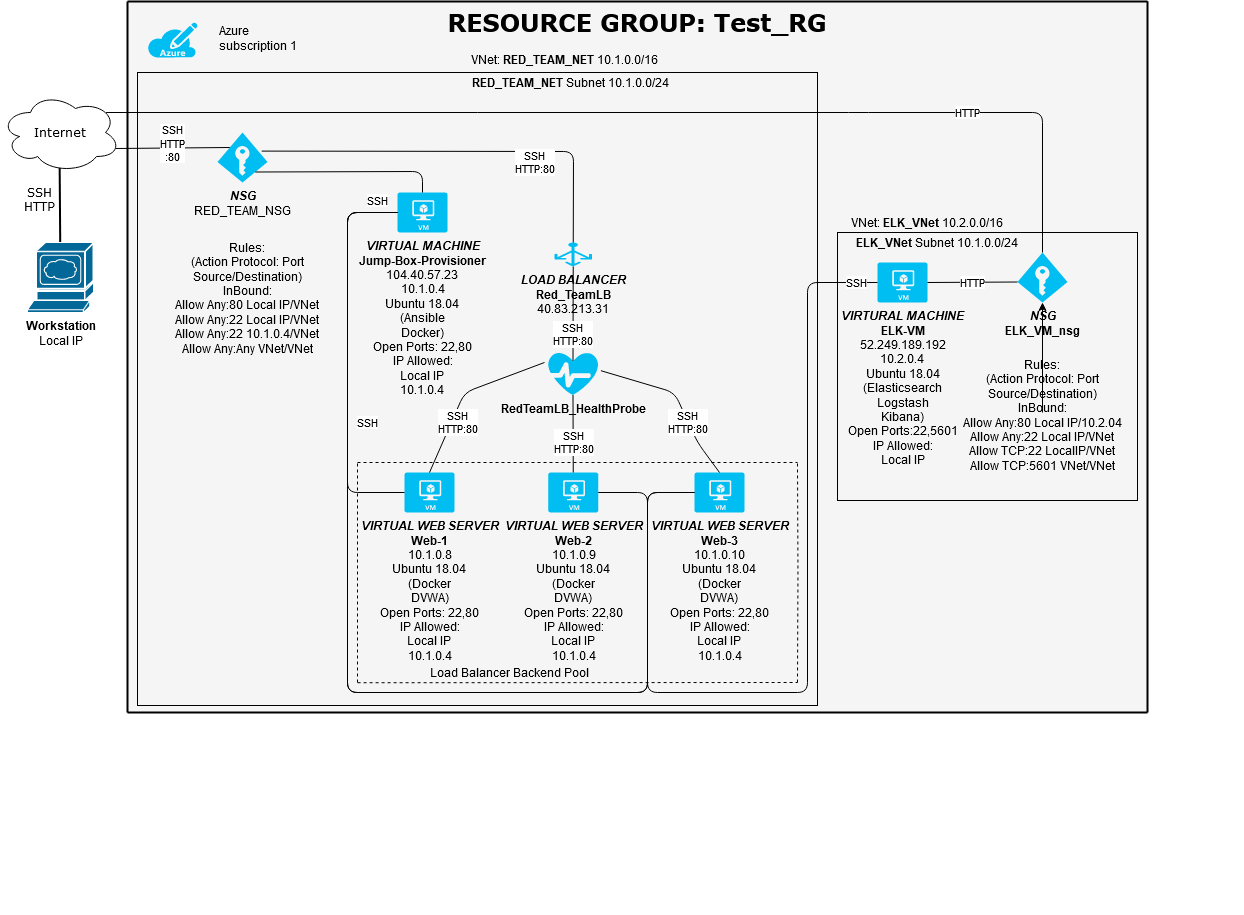
The draw.io diagram Diagrams/Project_1_Network_Diagram.png in jjpospichal/Joseph-Pospichal-Project-1, before a commit. Source tidied: cells renumbered, new cells last; positions are measured from the earlier drawing's top-left corner, leaving out a move shared by most shapes.
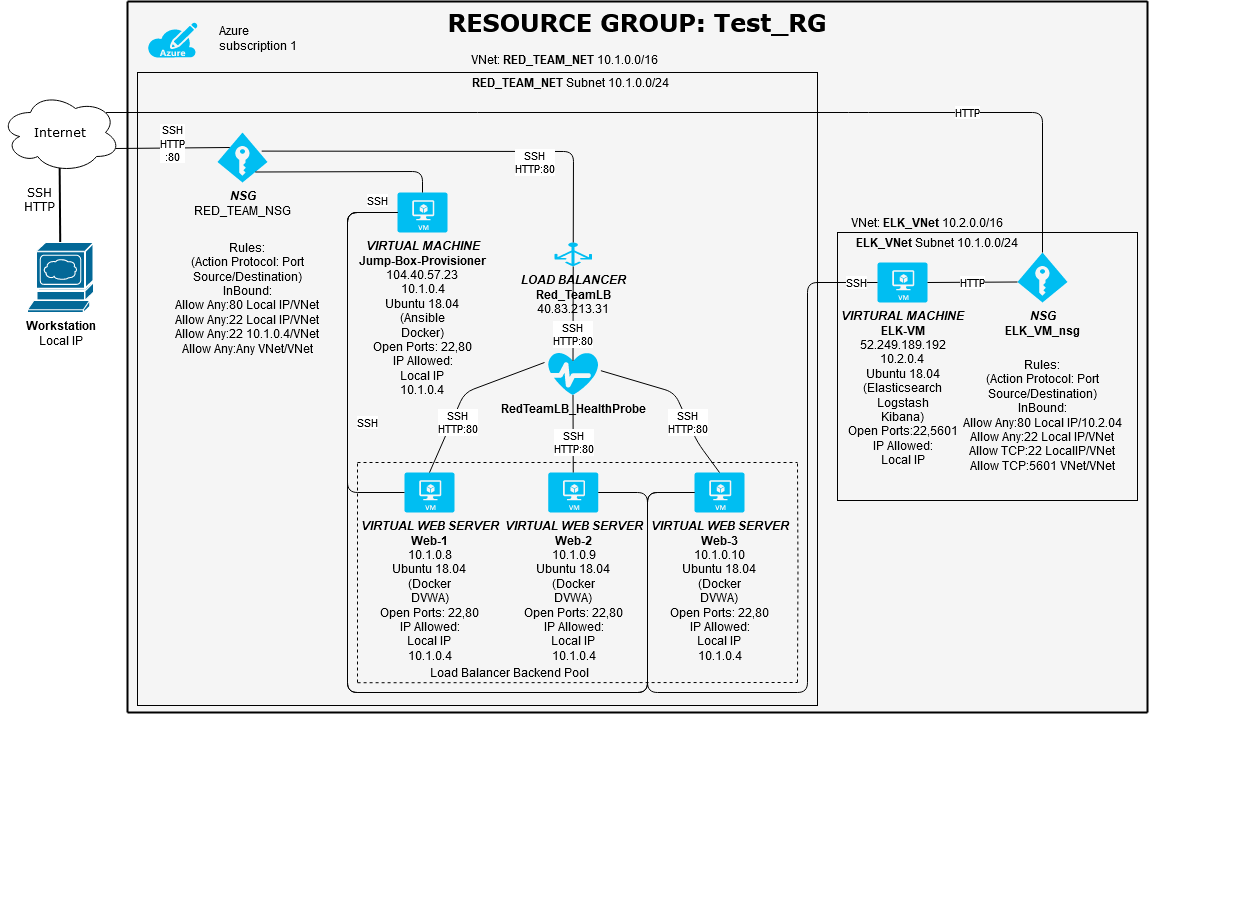
After the commit.

What changed in the source:
```diff
@@ -345,9 +345,6 @@
         </Array>
       </mxGeometry>
     </mxCell>
-    <mxCell id="74" style="edgeStyle=orthogonalEdgeStyle;rounded=0;jettySize=auto;html=1;" parent="1" edge="1" source="75" target="67">
-      <mxGeometry relative="1" as="geometry" />
-    </mxCell>
     <mxCell id="75" value="&lt;div&gt;Rules:&lt;/div&gt;&lt;div&gt;(Action Protocol: Port Source/Destination)&lt;/div&gt;&lt;div&gt;InBound:&lt;/div&gt;&lt;div&gt;Allow Any:80 Local IP/10.2.04&lt;/div&gt;&lt;div&gt;Allow Any:22 Local IP/VNet&lt;/div&gt;&lt;div&gt;Allow TCP:22 LocalIP/VNet&lt;br&gt;&lt;/div&gt;&lt;div&gt;Allow TCP:5601 VNet/VNet&lt;/div&gt;&lt;div&gt;&lt;br&gt;&lt;/div&gt;" style="text;html=1;strokeColor=none;fillColor=none;align=center;verticalAlign=middle;whiteSpace=wrap;rounded=0;" parent="1" vertex="1">
       <mxGeometry x="957" y="411" width="170" height="20" as="geometry" />
     </mxCell>
```
